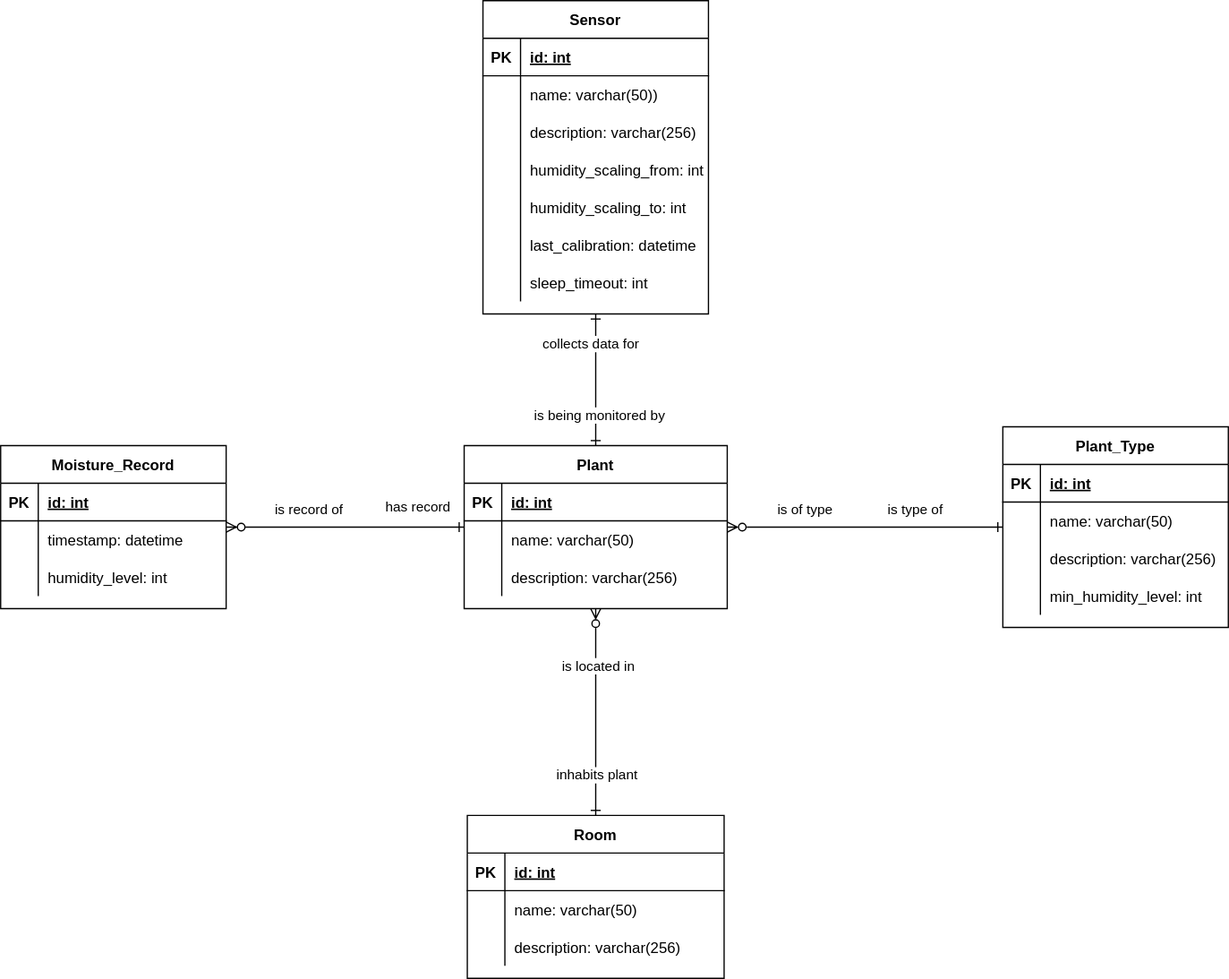
Earlier version of the draw.io export docs/Database/Entity Relationship Diagram.svg (SMABFWS121A/Planty). Source tidied: cells renumbered, new cells last; positions are measured from the earlier drawing's top-left corner, leaving out a move shared by most shapes.
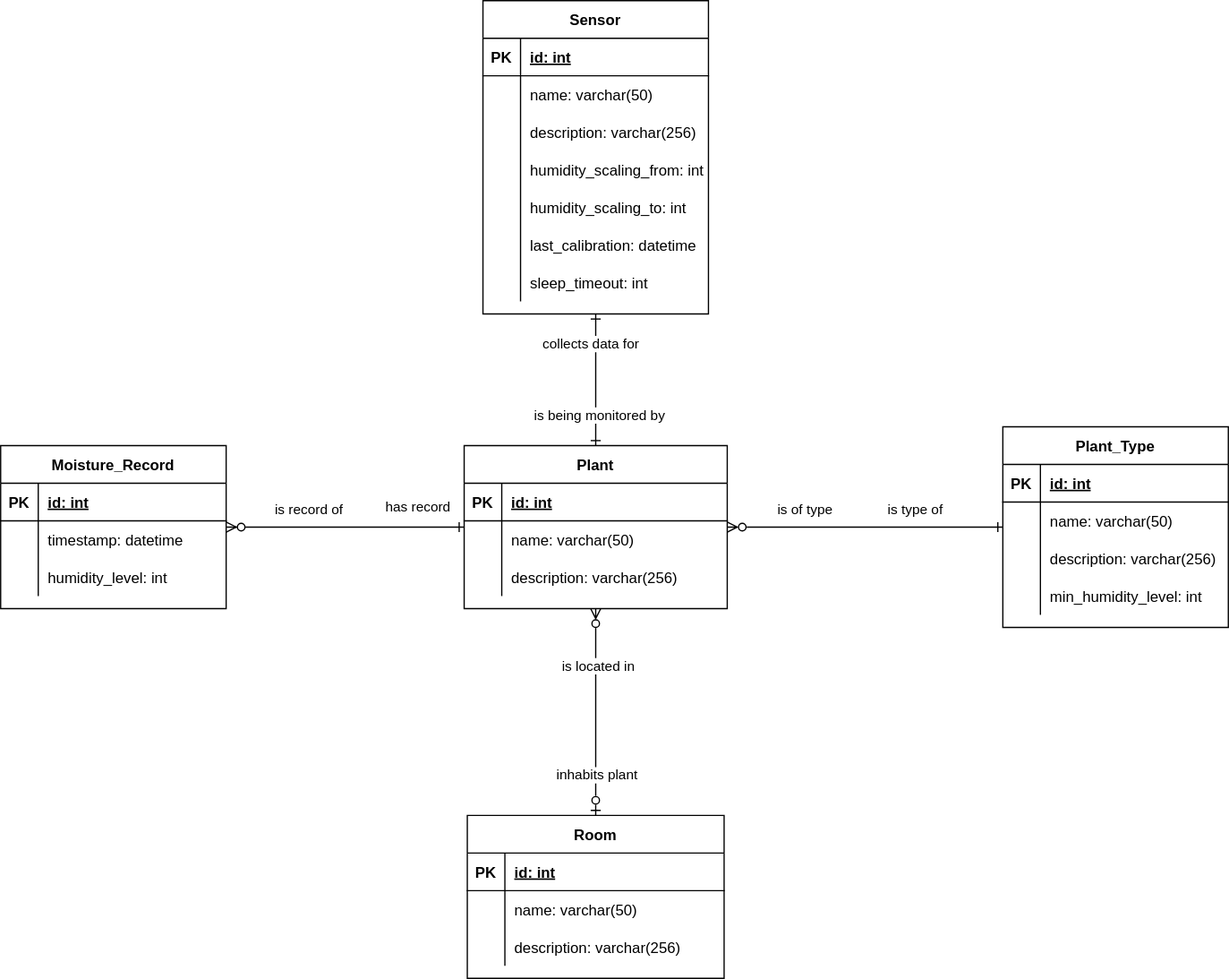
Above is the later version.

Change to the diagram source:
```diff
@@ -2,7 +2,7 @@
   <root>
     <mxCell id="0" />
     <mxCell id="1" parent="0" />
-    <mxCell id="2" style="endArrow=ERzeroToMany;html=1;rounded=0;startArrow=ERone;startFill=0;endFill=0;" parent="1" edge="1" target="40">
+    <mxCell id="2" style="endArrow=ERzeroToMany;html=1;rounded=0;startArrow=ERzeroToOne;startFill=0;endFill=0;" parent="1" edge="1" target="40">
       <mxGeometry relative="1" as="geometry">
         <mxPoint x="475" y="650" as="sourcePoint" />
       </mxGeometry>
@@ -70,7 +70,7 @@
     <mxCell id="23" style="shape=partialRectangle;fillColor=none;top=0;left=0;bottom=0;right=0;overflow=hidden;" parent="22" vertex="1">
       <mxGeometry width="30" height="30" as="geometry" />
     </mxCell>
-    <mxCell id="24" value="name: varchar(50))" style="shape=partialRectangle;fillColor=none;top=0;left=0;bottom=0;right=0;align=left;spacingLeft=6;overflow=hidden;" parent="22" vertex="1">
+    <mxCell id="24" value="name: varchar(50)" style="shape=partialRectangle;fillColor=none;top=0;left=0;bottom=0;right=0;align=left;spacingLeft=6;overflow=hidden;" parent="22" vertex="1">
       <mxGeometry x="30" width="150" height="30" as="geometry" />
     </mxCell>
     <mxCell id="25" style="shape=tableRow;horizontal=0;startSize=0;swimlaneHead=0;swimlaneBody=0;fillColor=none;top=0;left=0;right=0;bottom=0;" parent="18" vertex="1">
```
